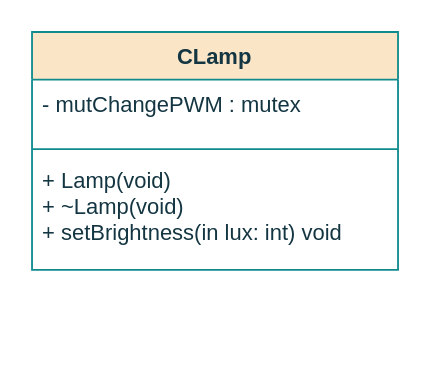
This is page "Class" (1 of 3) of documentation/flowcharts/02Classes/CLamp.drawio from ESRGgroup9/slipad, a draw.io file, before an edit. Source tidied: cells renumbered, new cells numbered last; positions are measured from the earlier drawing's top-left corner, leaving out a move shared by most shapes. Both pictures are drawn from the tidied source at 183%, with x=0, y=0 at pixel (31, 31).
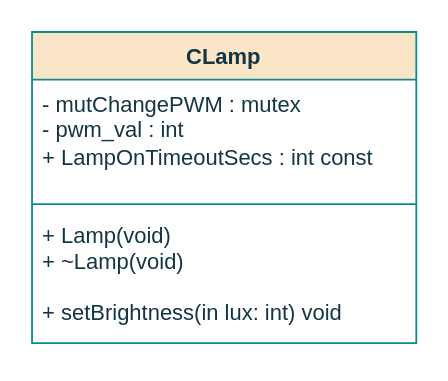
The same page after the edit.

Change to the diagram source:
```diff
@@
 <mxGraphModel>
   <root>
     <mxCell id="0" />
     <mxCell id="1" parent="0" />
     <mxCell id="2" value="CLamp" style="swimlane;fontStyle=1;align=center;verticalAlign=top;horizontal=1;startSize=26;fillColor=#FAE5C7;strokeColor=#0F8B8D;fontColor=#143642;" parent="1" vertex="1">
-      <mxGeometry width="200" height="130" as="geometry" />
+      <mxGeometry width="210" height="170" as="geometry" />
     </mxCell>
-    <mxCell id="3" value="- mutChangePWM : mutex&#10;&#10;" style="text;strokeColor=none;fillColor=none;align=left;verticalAlign=top;spacingLeft=4;spacingRight=4;overflow=hidden;fontColor=#143642;" parent="2" vertex="1">
-      <mxGeometry y="26" width="200" height="34" as="geometry" />
+    <mxCell id="3" value="- mutChangePWM : mutex&lt;br&gt;- pwm_val : int&lt;br&gt;+ LampOnTimeoutSecs : int const&lt;br&gt;&lt;br&gt;" style="text;strokeColor=none;fillColor=none;align=left;verticalAlign=top;spacingLeft=4;spacingRight=4;overflow=hidden;fontColor=#143642;fontStyle=0;html=1;" parent="2" vertex="1">
+      <mxGeometry y="26" width="210" height="64" as="geometry" />
     </mxCell>
     <mxCell id="4" style="line;strokeWidth=1;fillColor=none;align=left;verticalAlign=middle;spacingTop=-1;spacingLeft=3;spacingRight=3;labelPosition=right;labelBackgroundColor=#DAD2D8;strokeColor=#0F8B8D;fontColor=#143642;" parent="2" vertex="1">
-      <mxGeometry y="60" width="200" height="8" as="geometry" />
+      <mxGeometry y="90" width="210" height="8" as="geometry" />
     </mxCell>
-    <mxCell id="5" value="+ Lamp(void)&#10;+ ~Lamp(void)&#10;+ setBrightness(in lux: int) void&#10;&#10;" style="text;strokeColor=none;fillColor=none;align=left;verticalAlign=top;spacingLeft=4;spacingRight=4;overflow=hidden;fontColor=#143642;" parent="2" vertex="1">
-      <mxGeometry y="68" width="200" height="62" as="geometry" />
+    <mxCell id="5" value="+ Lamp(void)&#10;+ ~Lamp(void)&#10;&#10;+ setBrightness(in lux: int) void&#10;&#10;&#10;" style="text;strokeColor=none;fillColor=none;align=left;verticalAlign=top;spacingLeft=4;spacingRight=4;overflow=hidden;fontColor=#143642;" parent="2" vertex="1">
+      <mxGeometry y="98" width="210" height="72" as="geometry" />
     </mxCell>
   </root>
 </mxGraphModel>
```
